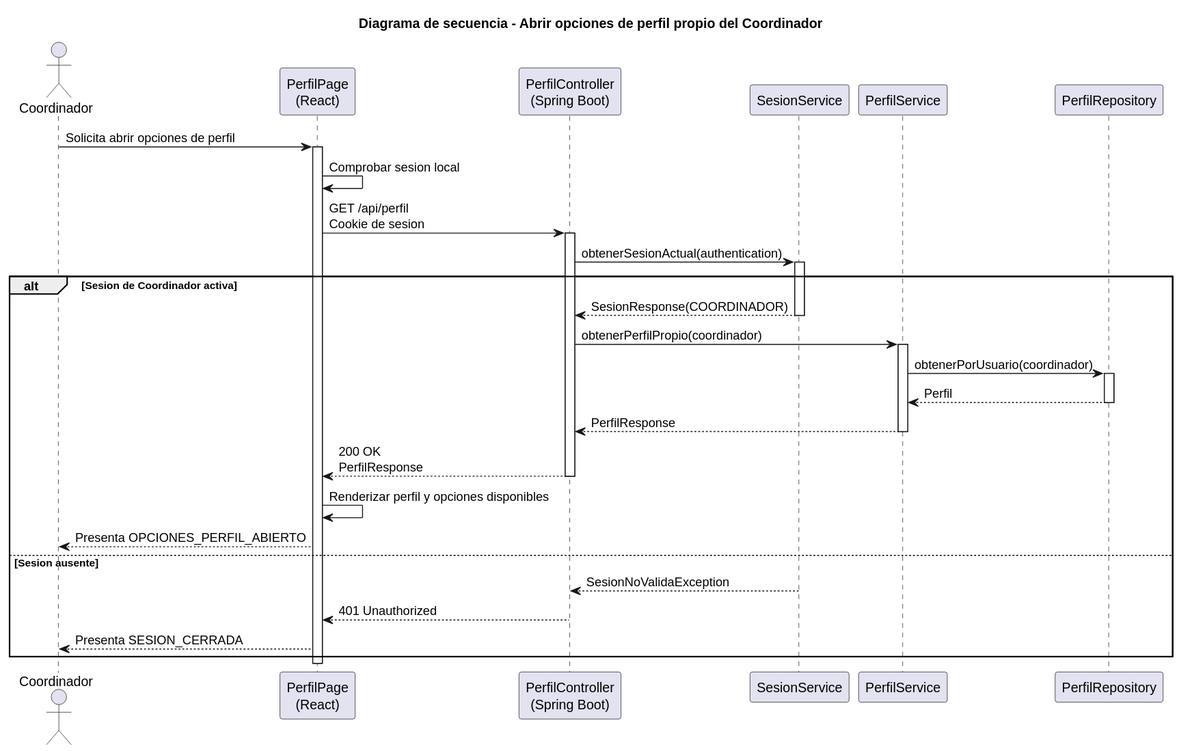
This is images/RUP/02-diseño/casos-uso/coordinador/abrirOpcionesPerfil/secuencia.svg from beatriizorozco/25-26-idsw2-sdVC, a PlantUML export, as it was before one commit.
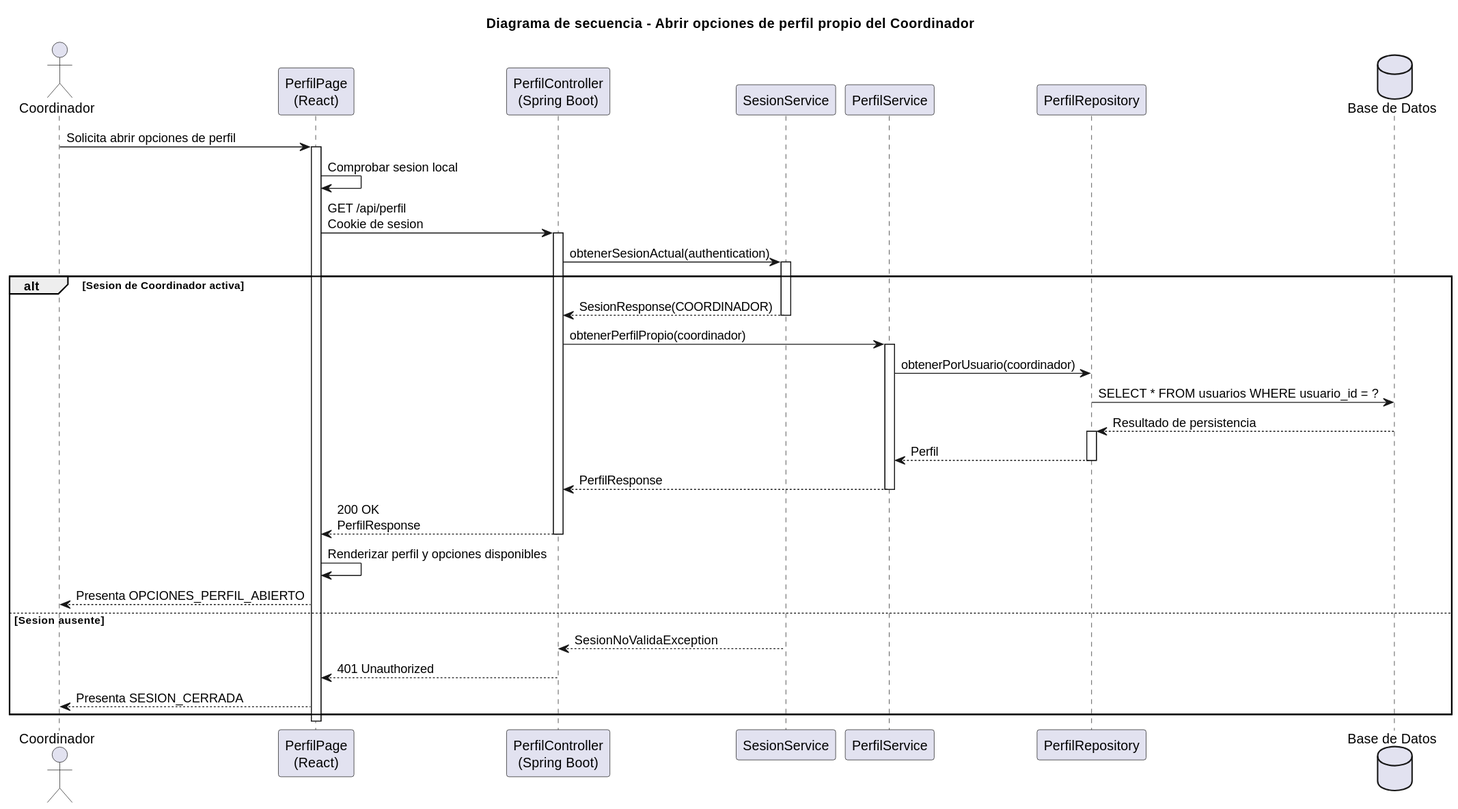
The same file after the commit.

Diff of the diagram source:
```diff
@@ -7,6 +7,7 @@
 participant "SesionService" as Sesion
 participant "PerfilService" as PerfilService
 participant "PerfilRepository" as PerfilRepository
+database "Base de Datos" as DB
 
 Coordinador -> Frontend: Solicita abrir opciones de perfil
 activate Frontend
@@ -21,6 +22,8 @@
     Api -> PerfilService: obtenerPerfilPropio(coordinador)
     activate PerfilService
     PerfilService -> PerfilRepository: obtenerPorUsuario(coordinador)
+    PerfilRepository -> DB: SELECT * FROM usuarios WHERE usuario_id = ?
+    DB --> PerfilRepository: Resultado de persistencia
     activate PerfilRepository
     PerfilRepository --> PerfilService: Perfil
     deactivate PerfilRepository
```
